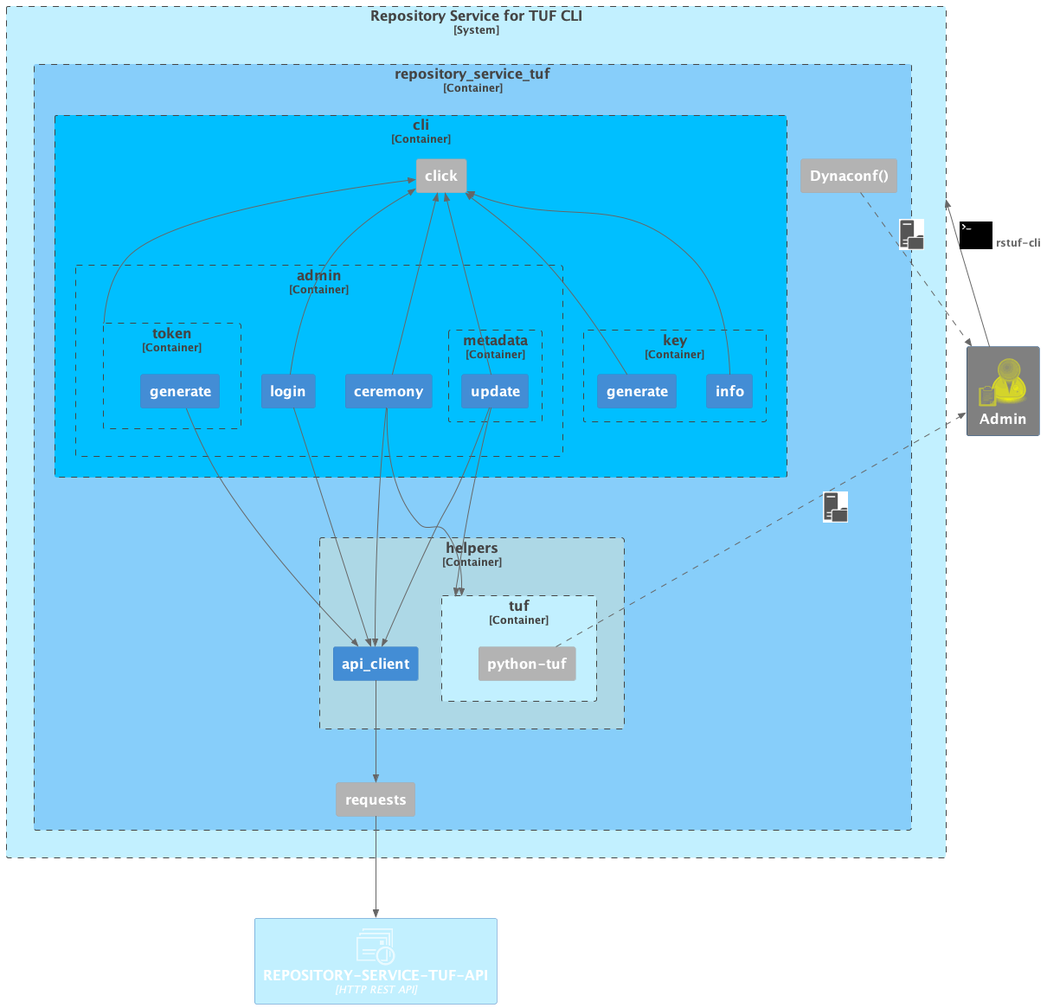
The PlantUML diagram docs/source/_static/repository-service-tuf-cli-C3.png in repository-service-tuf/repository-service-tuf-cli, before a commit.
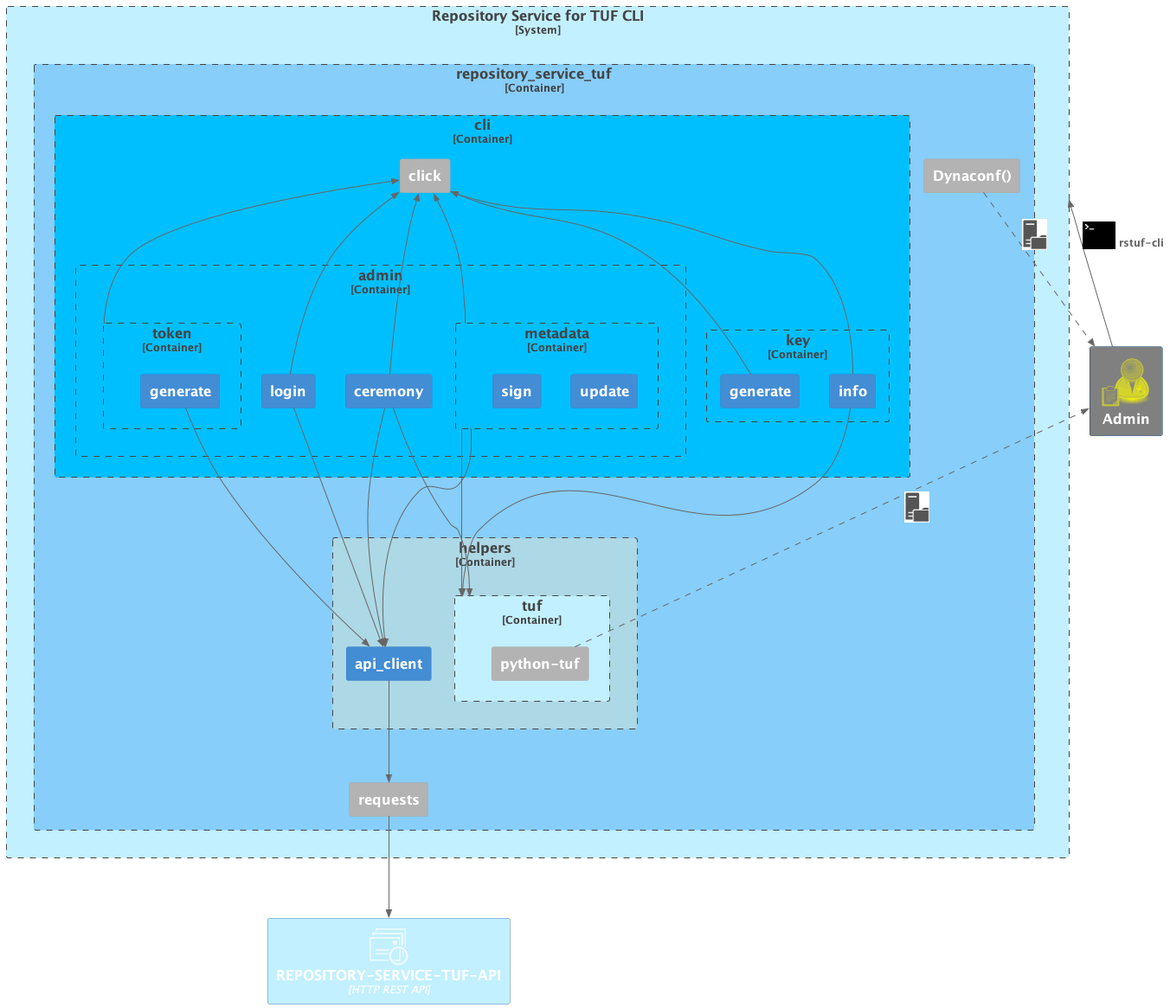
Above is the later version.

What changed in the source:
```diff
@@ -48,6 +48,8 @@
                 Container(ceremony, "ceremony")
                 Container_Boundary(metadata, "metadata"){
                     Container(update, "update")
+                    Container(sign, "sign")
+
                 }
                 Container(login, "login")
                 Container_Boundary(token, "token"){
@@ -75,9 +77,10 @@
 Rel_R(user, trs_cli, "rstuf-cli", $tags="terminal")
 
 Rel(ceremony, tuf, " ")
+Rel(info, tuf, " ")
 Rel(ceremony, api_client, " ")
-Rel(update, tuf, " ")
-Rel(update, api_client, " ")
+Rel(metadata, tuf, " ")
+Rel(metadata, api_client, " ")
 Rel_R(generate, api_client, " ")
 Rel_L(token, click, " ")
 Rel(login, api_client, " ")
@@ -88,8 +91,7 @@
 Rel_U(key_generate, click, " ")
 Rel_U(info, click, " ")
 Rel_U(login, click, " ")
-Rel_U(update, click, " ")
-
+Rel_U(metadata, click, " ")
 Rel(requests, tuf_repository_service_api, " ")
 
 HIDE_STEREOTYPE()
```
